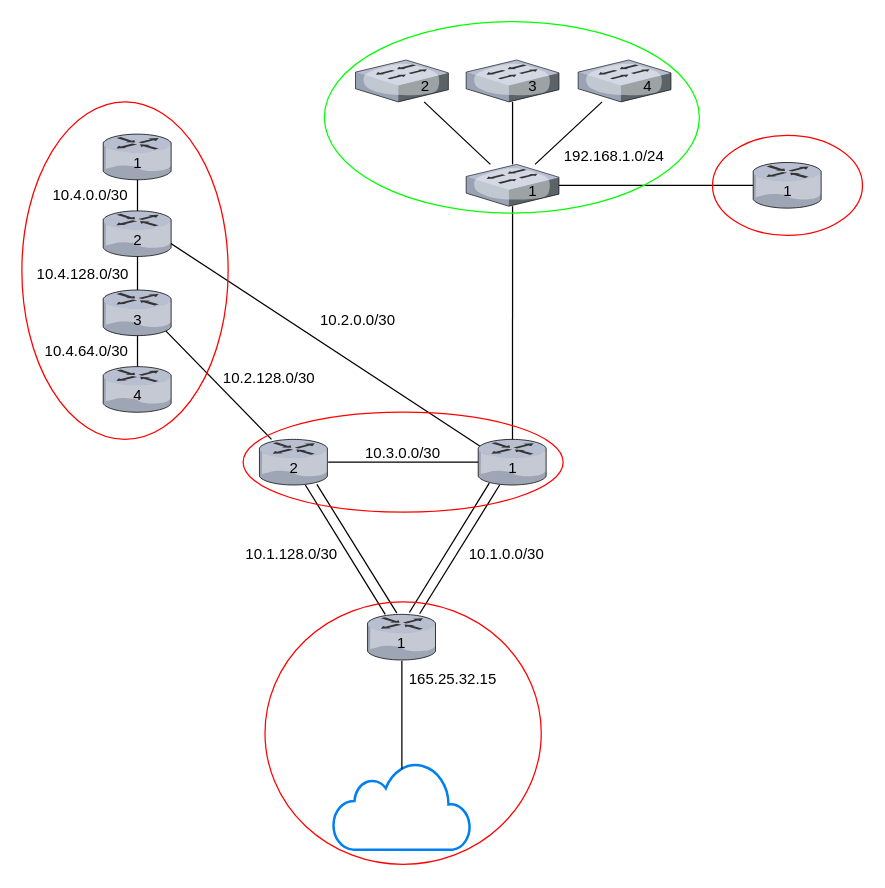
Earlier version of the draw.io diagram img/sketch.drawio (pieter2501/NetworkNarcotic). Source tidied: cells renumbered, new cells numbered last; positions are measured from the earlier drawing's top-left corner, leaving out a move shared by most shapes. Both pictures are drawn from the tidied source at 125%, with x=0, y=0 at pixel (21, 21).
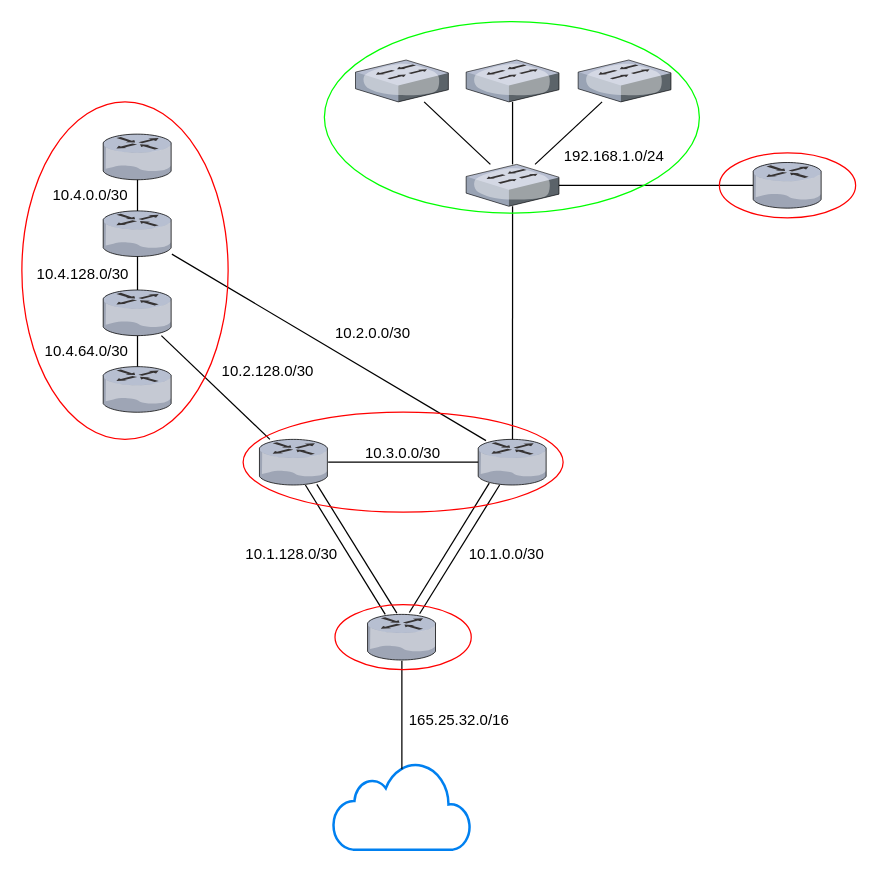
After the change.

Unchanged cells that the change refers to:
```xml
<mxCell id="7" style="verticalLabelPosition=bottom;sketch=0;html=1;verticalAlign=top;strokeColor=none;align=center;outlineConnect=0;shape=mxgraph.citrix.router;" parent="1" vertex="1">
  <mxGeometry x="190" y="334" width="55" height="36.5" as="geometry" />
</mxCell>
<mxCell id="43" style="verticalLabelPosition=bottom;sketch=0;html=1;verticalAlign=top;strokeColor=none;align=center;outlineConnect=0;shape=mxgraph.citrix.router;" parent="1" vertex="1">
  <mxGeometry x="65" y="214.5" width="55" height="36.5" as="geometry" />
</mxCell>
<mxCell id="44" style="verticalLabelPosition=bottom;sketch=0;html=1;verticalAlign=top;strokeColor=none;align=center;outlineConnect=0;shape=mxgraph.citrix.router;" parent="1" vertex="1">
  <mxGeometry x="65" y="151.2" width="55" height="36.5" as="geometry" />
</mxCell>
```

The edit, as a diff of the source:
```diff
@@
-    <mxCell id="2" style="endArrow=none;html=1;rounded=0;exitX=0.5;exitY=0;exitDx=0;exitDy=0;" parent="1" edge="1" source="46" target="56">
-      <mxGeometry relative="1" as="geometry" />
-    </mxCell>
@@
-    <mxCell id="18" style="endArrow=none;html=1;rounded=0;exitX=0.5;exitY=0;exitDx=0;exitDy=0;" parent="1" edge="1" source="47" target="7">
+    <mxCell id="18" style="endArrow=none;html=1;rounded=0;" parent="1" edge="1" source="43" target="7">
       <mxGeometry relative="1" as="geometry" />
     </mxCell>
+    <mxCell id="2" style="endArrow=none;html=1;rounded=0;" parent="1" edge="1" source="44">
+      <mxGeometry relative="1" as="geometry">
+        <mxPoint x="371.3" y="335" as="targetPoint" />
+      </mxGeometry>
+    </mxCell>
@@
-    <mxCell id="27" value="165.25.32.15" style="text;html=1;strokeColor=none;fillColor=none;align=center;verticalAlign=middle;whiteSpace=wrap;rounded=0;" parent="1" vertex="1">
-      <mxGeometry x="315" y="510.5" width="60" height="30" as="geometry" />
+    <mxCell id="27" value="165.25.32.0/16" style="text;html=1;strokeColor=none;fillColor=none;align=center;verticalAlign=middle;whiteSpace=wrap;rounded=0;" parent="1" vertex="1">
+      <mxGeometry x="320" y="544" width="60" height="30" as="geometry" />
     </mxCell>
@@
-    <mxCell id="30" style="ellipse;whiteSpace=wrap;html=1;strokeColor=#FF0000;fillColor=none;" parent="1" vertex="1">
-      <mxGeometry x="194.5" y="464" width="221" height="210" as="geometry" />
-    </mxCell>
-    <mxCell id="31" style="ellipse;whiteSpace=wrap;html=1;strokeColor=#FF0000;fillColor=none;" parent="1" vertex="1">
-      <mxGeometry x="552.5" y="90.8" width="120" height="80" as="geometry" />
-    </mxCell>
@@
     <mxCell id="40" value="10.2.0.0/30" style="text;html=1;strokeColor=none;fillColor=none;align=center;verticalAlign=middle;whiteSpace=wrap;rounded=0;" parent="1" vertex="1">
-      <mxGeometry x="239" y="224" width="60" height="30" as="geometry" />
+      <mxGeometry x="250.5" y="234" width="60" height="30" as="geometry" />
     </mxCell>
     <mxCell id="41" value="10.2.128.0/30" style="text;html=1;strokeColor=none;fillColor=none;align=center;verticalAlign=middle;whiteSpace=wrap;rounded=0;" parent="1" vertex="1">
-      <mxGeometry x="168" y="270" width="60" height="30" as="geometry" />
+      <mxGeometry x="167" y="265" width="60" height="30" as="geometry" />
     </mxCell>
@@
-    <mxCell id="45" value="1" style="text;html=1;strokeColor=none;fillColor=none;align=center;verticalAlign=middle;whiteSpace=wrap;rounded=0;" parent="1" vertex="1">
-      <mxGeometry x="62.5" y="98.2" width="60" height="30" as="geometry" />
-    </mxCell>
-    <mxCell id="46" value="2" style="text;html=1;strokeColor=none;fillColor=none;align=center;verticalAlign=middle;whiteSpace=wrap;rounded=0;" parent="1" vertex="1">
-      <mxGeometry x="62.5" y="159.8" width="60" height="30" as="geometry" />
-    </mxCell>
-    <mxCell id="47" value="3" style="text;html=1;strokeColor=none;fillColor=none;align=center;verticalAlign=middle;whiteSpace=wrap;rounded=0;" parent="1" vertex="1">
-      <mxGeometry x="62.5" y="224" width="60" height="30" as="geometry" />
-    </mxCell>
-    <mxCell id="48" value="4" style="text;html=1;strokeColor=none;fillColor=none;align=center;verticalAlign=middle;whiteSpace=wrap;rounded=0;" parent="1" vertex="1">
-      <mxGeometry x="62.5" y="284.2" width="60" height="30" as="geometry" />
-    </mxCell>
-    <mxCell id="49" value="2" style="text;html=1;strokeColor=none;fillColor=none;align=center;verticalAlign=middle;whiteSpace=wrap;rounded=0;" parent="1" vertex="1">
-      <mxGeometry x="187.5" y="341.5" width="60" height="30" as="geometry" />
-    </mxCell>
-    <mxCell id="50" value="1" style="text;html=1;strokeColor=none;fillColor=none;align=center;verticalAlign=middle;whiteSpace=wrap;rounded=0;" parent="1" vertex="1">
-      <mxGeometry x="582.5" y="121.2" width="60" height="30" as="geometry" />
-    </mxCell>
-    <mxCell id="51" value="1" style="text;html=1;strokeColor=none;fillColor=none;align=center;verticalAlign=middle;whiteSpace=wrap;rounded=0;" parent="1" vertex="1">
-      <mxGeometry x="274" y="481.5" width="60" height="30" as="geometry" />
-    </mxCell>
-    <mxCell id="52" value="1" style="text;html=1;strokeColor=none;fillColor=none;align=center;verticalAlign=middle;whiteSpace=wrap;rounded=0;" parent="1" vertex="1">
-      <mxGeometry x="379" y="121.2" width="60" height="30" as="geometry" />
-    </mxCell>
-    <mxCell id="53" value="2" style="text;html=1;strokeColor=none;fillColor=none;align=center;verticalAlign=middle;whiteSpace=wrap;rounded=0;" parent="1" vertex="1">
-      <mxGeometry x="293.4" y="37" width="60" height="30" as="geometry" />
-    </mxCell>
-    <mxCell id="54" value="3" style="text;html=1;strokeColor=none;fillColor=none;align=center;verticalAlign=middle;whiteSpace=wrap;rounded=0;" parent="1" vertex="1">
-      <mxGeometry x="379" y="37" width="60" height="30" as="geometry" />
-    </mxCell>
-    <mxCell id="55" value="4" style="text;html=1;strokeColor=none;fillColor=none;align=center;verticalAlign=middle;whiteSpace=wrap;rounded=0;" parent="1" vertex="1">
-      <mxGeometry x="471" y="37" width="60" height="30" as="geometry" />
-    </mxCell>
-    <mxCell id="56" value="1" style="text;html=1;strokeColor=none;fillColor=none;align=center;verticalAlign=middle;whiteSpace=wrap;rounded=0;" parent="1" vertex="1">
-      <mxGeometry x="362.5" y="341.5" width="60" height="30" as="geometry" />
-    </mxCell>
+    <mxCell id="57" style="ellipse;whiteSpace=wrap;html=1;strokeColor=#FF0000;fillColor=none;" parent="1" vertex="1">
+      <mxGeometry x="250.5" y="466.2" width="109" height="52" as="geometry" />
+    </mxCell>
+    <mxCell id="58" style="ellipse;whiteSpace=wrap;html=1;strokeColor=#FF0000;fillColor=none;" parent="1" vertex="1">
+      <mxGeometry x="558" y="104.8" width="109" height="52" as="geometry" />
+    </mxCell>
```
